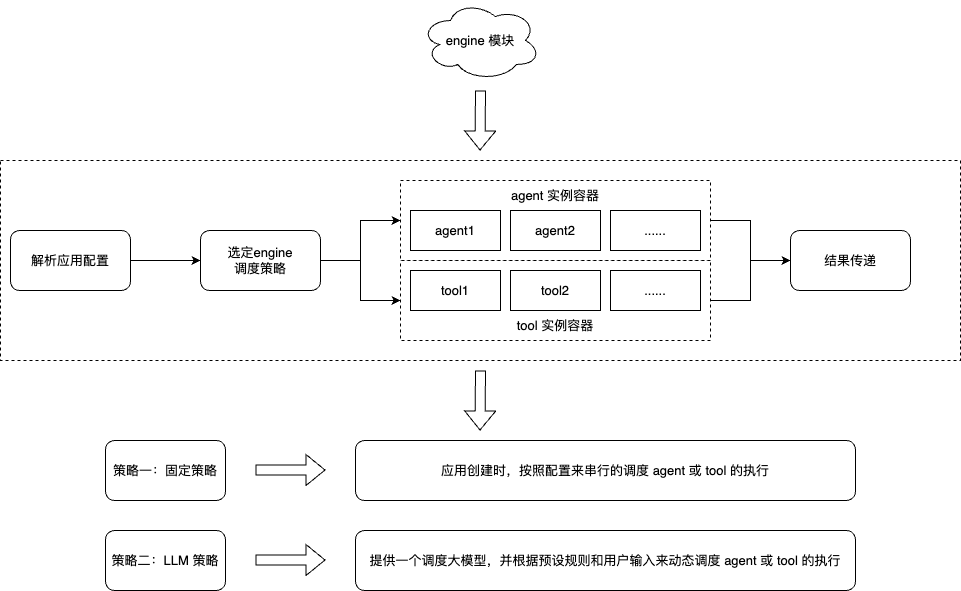
Above: 大模型应用之engine流程图.png in liujunao/draw-data (draw.io), before the change. Source tidied: cells renumbered, new cells last; positions are measured from the earlier drawing's top-left corner, leaving out a move shared by most shapes. Its diagram source:
```xml
<mxGraphModel>
  <root>
    <mxCell id="0" />
    <mxCell id="1" parent="0" />
    <mxCell id="2" style="rounded=0;whiteSpace=wrap;html=1;dashed=1;" parent="1" vertex="1">
      <mxGeometry y="160" width="960" height="200" as="geometry" />
    </mxCell>
    <mxCell id="3" style="edgeStyle=orthogonalEdgeStyle;rounded=0;jettySize=auto;html=1;exitX=1;exitY=0.5;exitDx=0;exitDy=0;" parent="1" edge="1" source="4" target="12">
      <mxGeometry relative="1" as="geometry" />
    </mxCell>
    <mxCell id="4" style="rounded=0;whiteSpace=wrap;html=1;dashed=1;" parent="1" vertex="1">
      <mxGeometry x="400" y="260" width="310" height="80" as="geometry" />
    </mxCell>
    <mxCell id="5" style="edgeStyle=orthogonalEdgeStyle;rounded=0;jettySize=auto;html=1;exitX=1;exitY=0.5;exitDx=0;exitDy=0;entryX=0;entryY=0.5;entryDx=0;entryDy=0;" parent="1" edge="1" source="6" target="12">
      <mxGeometry relative="1" as="geometry" />
    </mxCell>
    <mxCell id="6" style="rounded=0;whiteSpace=wrap;html=1;dashed=1;" parent="1" vertex="1">
      <mxGeometry x="400" y="180" width="310" height="80" as="geometry" />
    </mxCell>
    <mxCell id="7" style="edgeStyle=orthogonalEdgeStyle;rounded=0;jettySize=auto;html=1;exitX=1;exitY=0.5;exitDx=0;exitDy=0;entryX=0;entryY=0.5;entryDx=0;entryDy=0;" parent="1" edge="1" source="8" target="11">
      <mxGeometry relative="1" as="geometry" />
    </mxCell>
    <mxCell id="8" value="解析应用配置" style="rounded=1;whiteSpace=wrap;html=1;" parent="1" vertex="1">
      <mxGeometry x="10" y="230" width="120" height="60" as="geometry" />
    </mxCell>
    <mxCell id="9" style="edgeStyle=orthogonalEdgeStyle;rounded=0;jettySize=auto;html=1;exitX=1;exitY=0.5;exitDx=0;exitDy=0;entryX=0;entryY=0.5;entryDx=0;entryDy=0;" parent="1" edge="1" source="11" target="6">
      <mxGeometry relative="1" as="geometry" />
    </mxCell>
    <mxCell id="10" style="edgeStyle=orthogonalEdgeStyle;rounded=0;jettySize=auto;html=1;exitX=1;exitY=0.5;exitDx=0;exitDy=0;entryX=0;entryY=0.5;entryDx=0;entryDy=0;" parent="1" edge="1" source="11" target="4">
      <mxGeometry relative="1" as="geometry" />
    </mxCell>
    <mxCell id="11" value="选定engine&lt;br&gt;调度策略" style="rounded=1;whiteSpace=wrap;html=1;" parent="1" vertex="1">
      <mxGeometry x="200" y="230" width="120" height="60" as="geometry" />
    </mxCell>
    <mxCell id="12" value="结果传递" style="rounded=1;whiteSpace=wrap;html=1;" parent="1" vertex="1">
      <mxGeometry x="790" y="230" width="120" height="60" as="geometry" />
    </mxCell>
    <mxCell id="13" value="agent1" style="rounded=0;whiteSpace=wrap;html=1;" parent="1" vertex="1">
      <mxGeometry x="410" y="210" width="90" height="40" as="geometry" />
    </mxCell>
    <mxCell id="14" value="agent2" style="rounded=0;whiteSpace=wrap;html=1;" parent="1" vertex="1">
      <mxGeometry x="510" y="210" width="90" height="40" as="geometry" />
    </mxCell>
    <mxCell id="15" value="......" style="rounded=0;whiteSpace=wrap;html=1;" parent="1" vertex="1">
      <mxGeometry x="610" y="210" width="90" height="40" as="geometry" />
    </mxCell>
    <mxCell id="16" value="tool1" style="rounded=0;whiteSpace=wrap;html=1;" parent="1" vertex="1">
      <mxGeometry x="410" y="270" width="90" height="40" as="geometry" />
    </mxCell>
    <mxCell id="17" value="tool2" style="rounded=0;whiteSpace=wrap;html=1;" parent="1" vertex="1">
      <mxGeometry x="510" y="270" width="90" height="40" as="geometry" />
    </mxCell>
    <mxCell id="18" value="......" style="rounded=0;whiteSpace=wrap;html=1;" parent="1" vertex="1">
      <mxGeometry x="610" y="270" width="90" height="40" as="geometry" />
    </mxCell>
    <mxCell id="19" value="agent 实例容器" style="text;html=1;align=center;verticalAlign=middle;whiteSpace=wrap;rounded=0;" parent="1" vertex="1">
      <mxGeometry x="495" y="180" width="120" height="30" as="geometry" />
    </mxCell>
    <mxCell id="20" style="edgeStyle=orthogonalEdgeStyle;rounded=0;orthogonalLoop=1;jettySize=auto;html=1;exitX=0.5;exitY=1;exitDx=0;exitDy=0;" parent="1" edge="1" source="18" target="18">
      <mxGeometry relative="1" as="geometry" />
    </mxCell>
    <mxCell id="21" value="tool 实例容器" style="text;html=1;align=center;verticalAlign=middle;whiteSpace=wrap;rounded=0;" parent="1" vertex="1">
      <mxGeometry x="495" y="310" width="120" height="30" as="geometry" />
    </mxCell>
    <mxCell id="22" value="engine 模块" style="ellipse;shape=cloud;whiteSpace=wrap;html=1;" parent="1" vertex="1">
      <mxGeometry x="420" width="120" height="80" as="geometry" />
    </mxCell>
    <mxCell id="23" style="shape=flexArrow;endArrow=classic;html=1;rounded=0;" parent="1" edge="1">
      <mxGeometry relative="1" as="geometry">
        <mxPoint x="480" y="90" as="sourcePoint" />
        <mxPoint x="479.5" y="150" as="targetPoint" />
      </mxGeometry>
    </mxCell>
    <mxCell id="24" value="策略一：固定策略" style="rounded=1;whiteSpace=wrap;html=1;" parent="1" vertex="1">
      <mxGeometry x="105" y="440" width="120" height="60" as="geometry" />
    </mxCell>
    <mxCell id="25" value="应用创建时，按照配置来串行的调度 agent 或 tool 的执行" style="rounded=1;whiteSpace=wrap;html=1;" parent="1" vertex="1">
      <mxGeometry x="355" y="440" width="500" height="60" as="geometry" />
    </mxCell>
    <mxCell id="26" value="策略二：LLM 策略" style="rounded=1;whiteSpace=wrap;html=1;" parent="1" vertex="1">
      <mxGeometry x="105" y="530" width="120" height="60" as="geometry" />
    </mxCell>
    <mxCell id="27" value="提供一个调度大模型，并根据预设规则和用户输入来动态调度 agent 或 tool 的执行" style="rounded=1;whiteSpace=wrap;html=1;" parent="1" vertex="1">
      <mxGeometry x="355" y="530" width="500" height="60" as="geometry" />
    </mxCell>
    <mxCell id="28" style="shape=flexArrow;endArrow=classic;html=1;rounded=0;" parent="1" edge="1">
      <mxGeometry relative="1" as="geometry">
        <mxPoint x="255" y="469.5" as="sourcePoint" />
        <mxPoint x="325" y="469.5" as="targetPoint" />
      </mxGeometry>
    </mxCell>
    <mxCell id="29" style="shape=flexArrow;endArrow=classic;html=1;rounded=0;" parent="1" edge="1">
      <mxGeometry relative="1" as="geometry">
        <mxPoint x="255" y="559.5" as="sourcePoint" />
        <mxPoint x="325" y="559.5" as="targetPoint" />
      </mxGeometry>
    </mxCell>
    <mxCell id="30" style="shape=flexArrow;endArrow=classic;html=1;rounded=0;" parent="1" edge="1">
      <mxGeometry relative="1" as="geometry">
        <mxPoint x="480" y="370" as="sourcePoint" />
        <mxPoint x="479.5" y="430" as="targetPoint" />
      </mxGeometry>
    </mxCell>
  </root>
</mxGraphModel>
```
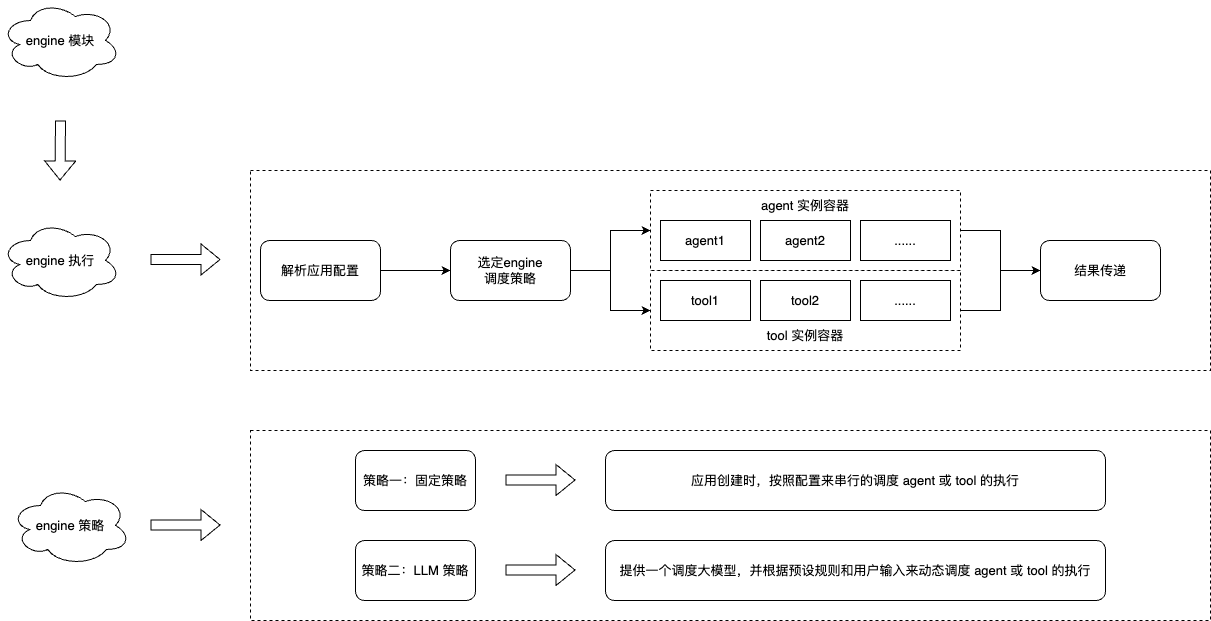
After the change.

Commit message:
更新大模型应用之engine流程图.png

Diff of the diagram source:
```diff
@@ -2,6 +2,9 @@
   <root>
     <mxCell id="0" />
     <mxCell id="1" parent="0" />
+    <mxCell id="31" style="rounded=0;whiteSpace=wrap;html=1;dashed=1;" parent="1" vertex="1">
+      <mxGeometry y="420" width="960" height="190" as="geometry" />
+    </mxCell>
     <mxCell id="2" style="rounded=0;whiteSpace=wrap;html=1;dashed=1;" parent="1" vertex="1">
       <mxGeometry y="160" width="960" height="200" as="geometry" />
     </mxCell>
@@ -63,12 +66,12 @@
       <mxGeometry x="495" y="310" width="120" height="30" as="geometry" />
     </mxCell>
     <mxCell id="22" value="engine 模块" style="ellipse;shape=cloud;whiteSpace=wrap;html=1;" parent="1" vertex="1">
-      <mxGeometry x="420" width="120" height="80" as="geometry" />
+      <mxGeometry x="-250" y="-10" width="120" height="80" as="geometry" />
     </mxCell>
     <mxCell id="23" style="shape=flexArrow;endArrow=classic;html=1;rounded=0;" parent="1" edge="1">
       <mxGeometry relative="1" as="geometry">
-        <mxPoint x="480" y="90" as="sourcePoint" />
-        <mxPoint x="479.5" y="150" as="targetPoint" />
+        <mxPoint x="-190" y="110" as="sourcePoint" />
+        <mxPoint x="-190.5" y="170" as="targetPoint" />
       </mxGeometry>
     </mxCell>
     <mxCell id="24" value="策略一：固定策略" style="rounded=1;whiteSpace=wrap;html=1;" parent="1" vertex="1">
@@ -95,11 +98,23 @@
         <mxPoint x="325" y="559.5" as="targetPoint" />
       </mxGeometry>
     </mxCell>
-    <mxCell id="30" style="shape=flexArrow;endArrow=classic;html=1;rounded=0;" parent="1" edge="1">
-      <mxGeometry relative="1" as="geometry">
-        <mxPoint x="480" y="370" as="sourcePoint" />
-        <mxPoint x="479.5" y="430" as="targetPoint" />
-      </mxGeometry>
-    </mxCell>
+    <mxCell id="32" value="engine 执行" style="ellipse;shape=cloud;whiteSpace=wrap;html=1;" parent="1" vertex="1">
+      <mxGeometry x="-250" y="210" width="120" height="80" as="geometry" />
+    </mxCell>
+    <mxCell id="33" value="engine 策略" style="ellipse;shape=cloud;whiteSpace=wrap;html=1;" parent="1" vertex="1">
+      <mxGeometry x="-240" y="475" width="120" height="80" as="geometry" />
+    </mxCell>
+    <mxCell id="34" style="shape=flexArrow;endArrow=classic;html=1;rounded=0;" parent="1" edge="1">
+      <mxGeometry relative="1" as="geometry">
+        <mxPoint x="-100" y="249" as="sourcePoint" />
+        <mxPoint x="-30" y="249" as="targetPoint" />
+      </mxGeometry>
+    </mxCell>
+    <mxCell id="35" style="shape=flexArrow;endArrow=classic;html=1;rounded=0;" parent="1" edge="1">
+      <mxGeometry relative="1" as="geometry">
+        <mxPoint x="-100" y="514.5" as="sourcePoint" />
+        <mxPoint x="-30" y="514.5" as="targetPoint" />
+      </mxGeometry>
+    </mxCell>
   </root>
 </mxGraphModel>
```
